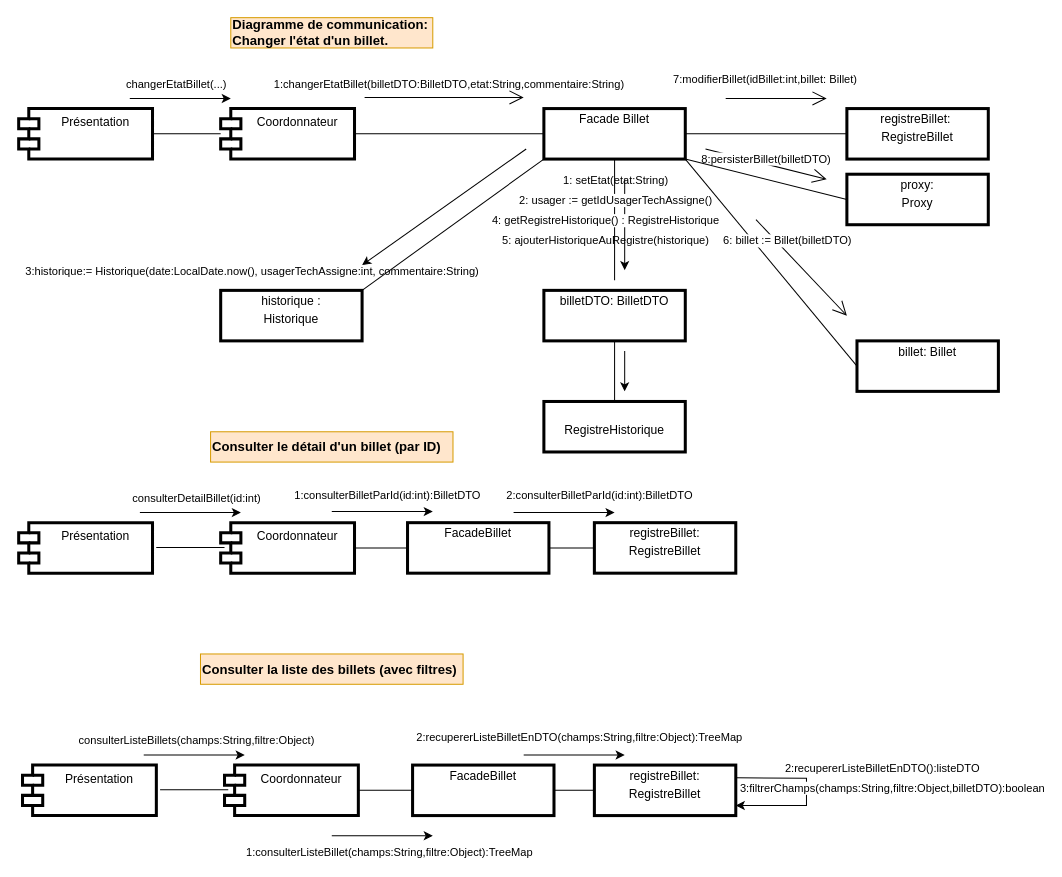
The draw.io diagram Diagrammes de conception/Diagrammes de communication/diagrame JC.drawio in ChristWasTaken/Projet-Conception-et-Archictecture, before the edit. Source tidied: cells renumbered, new cells numbered last; positions are measured from the earlier drawing's top-left corner, leaving out a move shared by most shapes. Both pictures are drawn from the tidied source at 101%, with x=0, y=0 at pixel (18, 17).
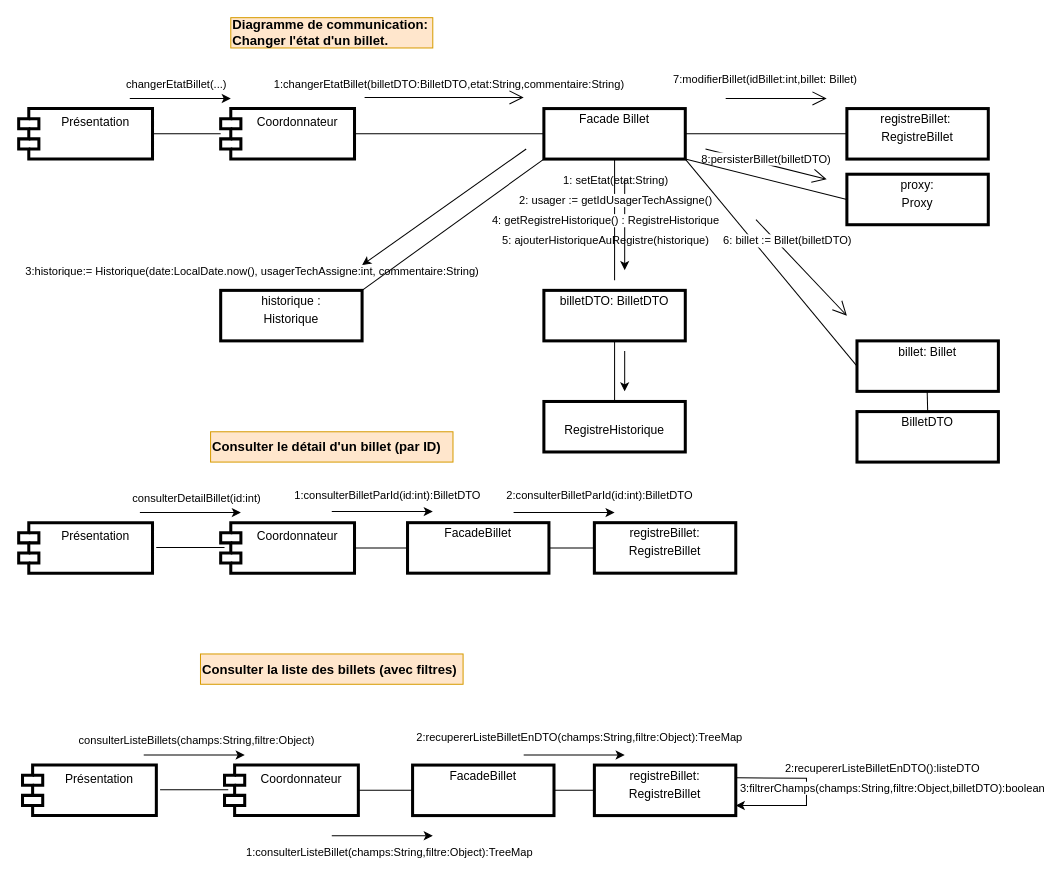
Above is the later version.

Diff of the diagram source:
```diff
@@
+    <mxCell id="70" value="&lt;p style=&quot;margin:0px;margin-top:4px;text-align:center;&quot;&gt;&lt;span style=&quot;background-color: initial;&quot;&gt;BilletDTO&lt;/span&gt;&lt;br&gt;&lt;/p&gt;" style="verticalAlign=top;align=left;overflow=fill;fontSize=12;fontFamily=Helvetica;html=1;strokeWidth=3;" parent="1" vertex="1">
+      <mxGeometry x="830" y="390" width="140" height="50" as="geometry" />
+    </mxCell>
+    <mxCell id="71" style="endArrow=none;html=1;rounded=0;exitX=0.5;exitY=1;exitDx=0;exitDy=0;" parent="1" edge="1">
+      <mxGeometry relative="1" as="geometry">
+        <mxPoint x="899.5" y="370" as="sourcePoint" />
+        <mxPoint x="900" y="390" as="targetPoint" />
+      </mxGeometry>
+    </mxCell>
```
